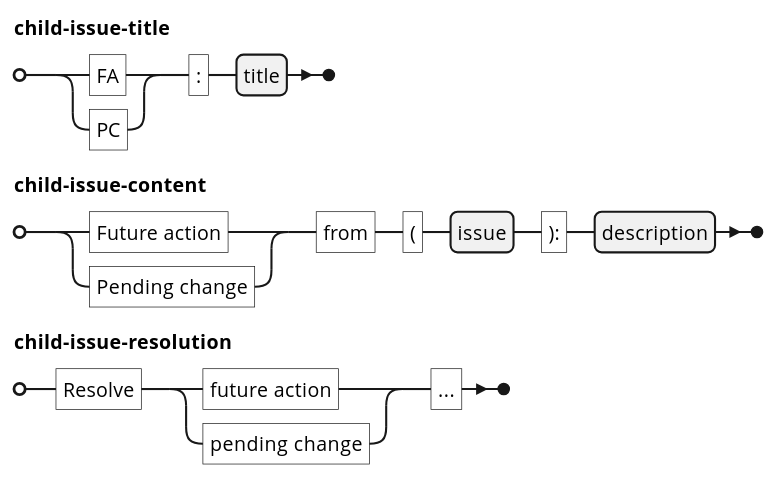
The PlantUML diagram media/issue-child.svg in Tan630/Agolearn, before a commit.
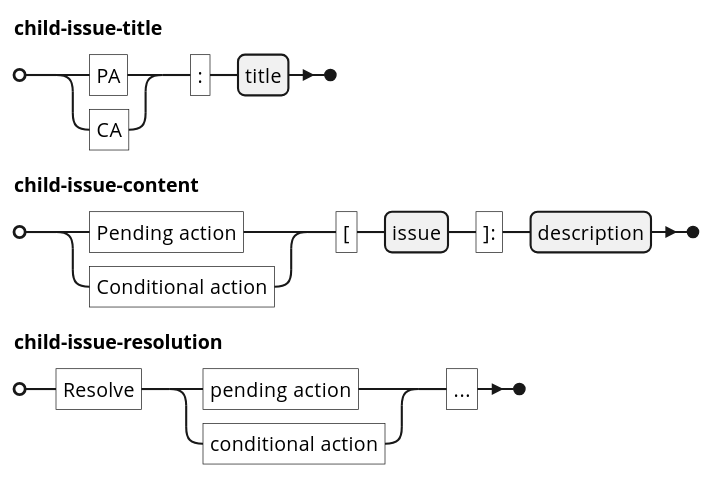
Later version of the same file.

What changed in the source:
```diff
@@ -1,6 +1,6 @@
 @startebnf
 skinparam defaultfontname "Open Sans"
-child-issue-title = ("FA" | "PC"), ":", title;
-child-issue-content = ("Future action" | "Pending change"), "from", "(", issue, "):", description;
-child-issue-resolution = "Resolve", ("future action" | "pending change"), "...";
+child-issue-title = ("PA" | "CA"), ":", title;
+child-issue-content = ("Pending action" | "Conditional action"), "[", issue, "]:", description;
+child-issue-resolution = "Resolve", ("pending action" | "conditional action"), "...";
 @endebnf
```
